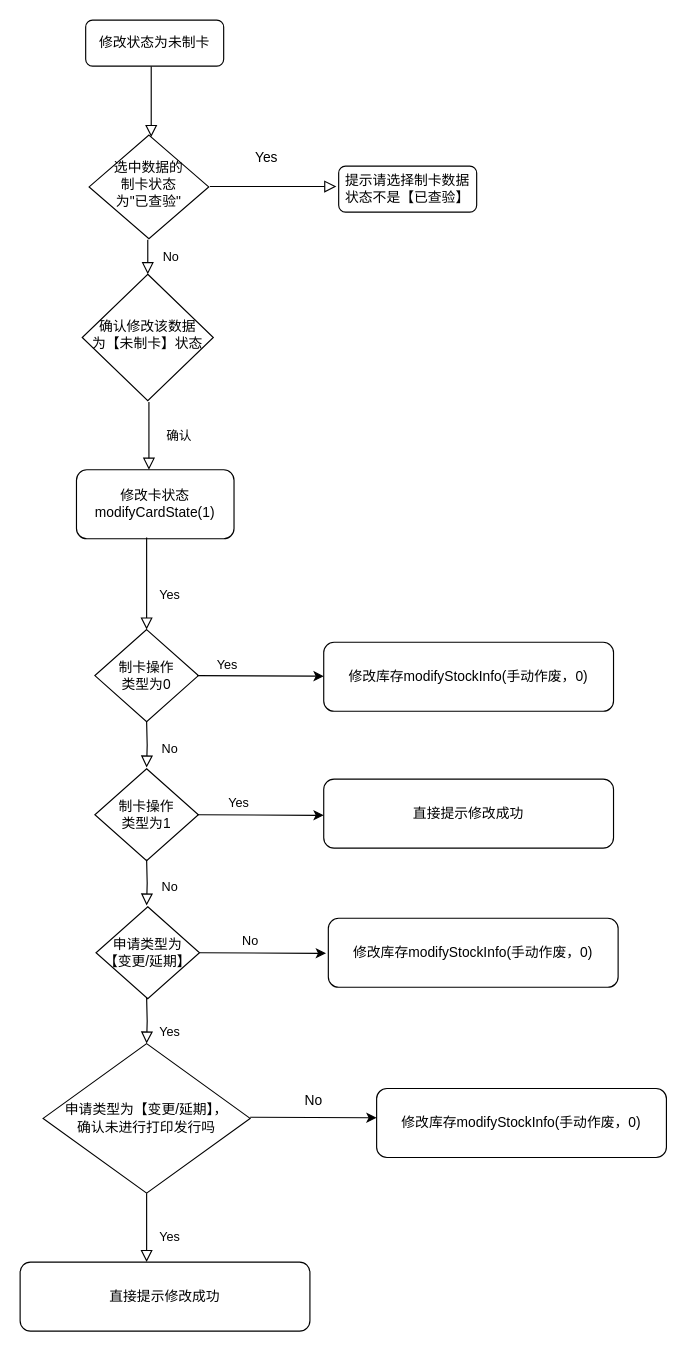
Earlier version of the draw.io diagram 修改为未制卡流程.drawio (plummylilin/git_learning). Source tidied: cells renumbered, new cells numbered last; positions are measured from the earlier drawing's top-left corner, leaving out a move shared by most shapes. Both pictures are drawn from the tidied source at 115%, with x=0, y=0 at pixel (20, 20).
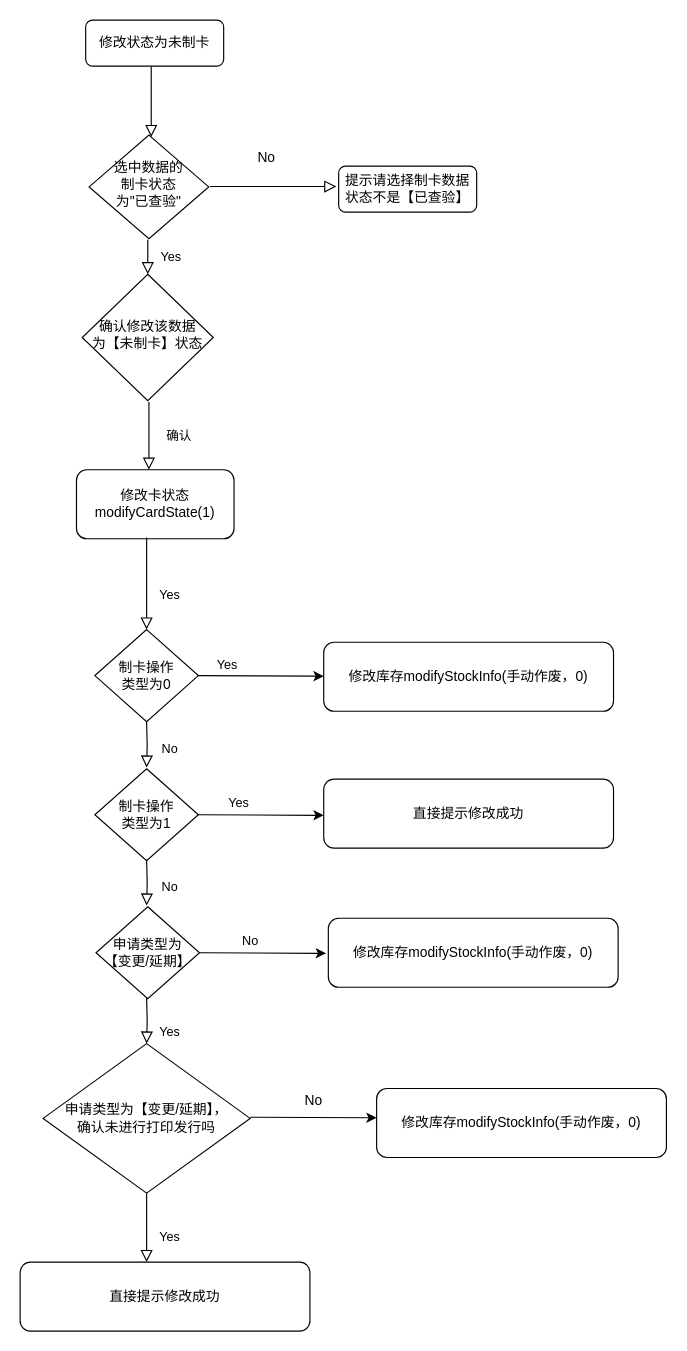
The same page after the edit.

Commit message:
更新修改为未制卡流程.drawio

The edit, as a diff of the source:
```diff
@@
-    <mxCell id="4" value="No" style="rounded=0;html=1;jettySize=auto;orthogonalLoop=1;fontSize=11;endArrow=block;endFill=0;endSize=8;strokeWidth=1;shadow=0;labelBackgroundColor=none;edgeStyle=orthogonalEdgeStyle;" parent="1" edge="1">
+    <mxCell id="4" value="Yes" style="rounded=0;html=1;jettySize=auto;orthogonalLoop=1;fontSize=11;endArrow=block;endFill=0;endSize=8;strokeWidth=1;shadow=0;labelBackgroundColor=none;edgeStyle=orthogonalEdgeStyle;" parent="1" edge="1">
       <mxGeometry y="20" relative="1" as="geometry">
         <mxPoint x="111" y="191" as="sourcePoint" />
         <mxPoint x="111" y="221" as="targetPoint" />
       </mxGeometry>
     </mxCell>
@@
-    <mxCell id="9" value="Yes" style="text;html=1;align=center;verticalAlign=middle;strokeColor=none;" parent="1" vertex="1">
+    <mxCell id="9" value="No" style="text;html=1;align=center;verticalAlign=middle;strokeColor=none;" parent="1" vertex="1">
       <mxGeometry x="199" y="110" width="30" height="20" as="geometry" />
     </mxCell>
```
